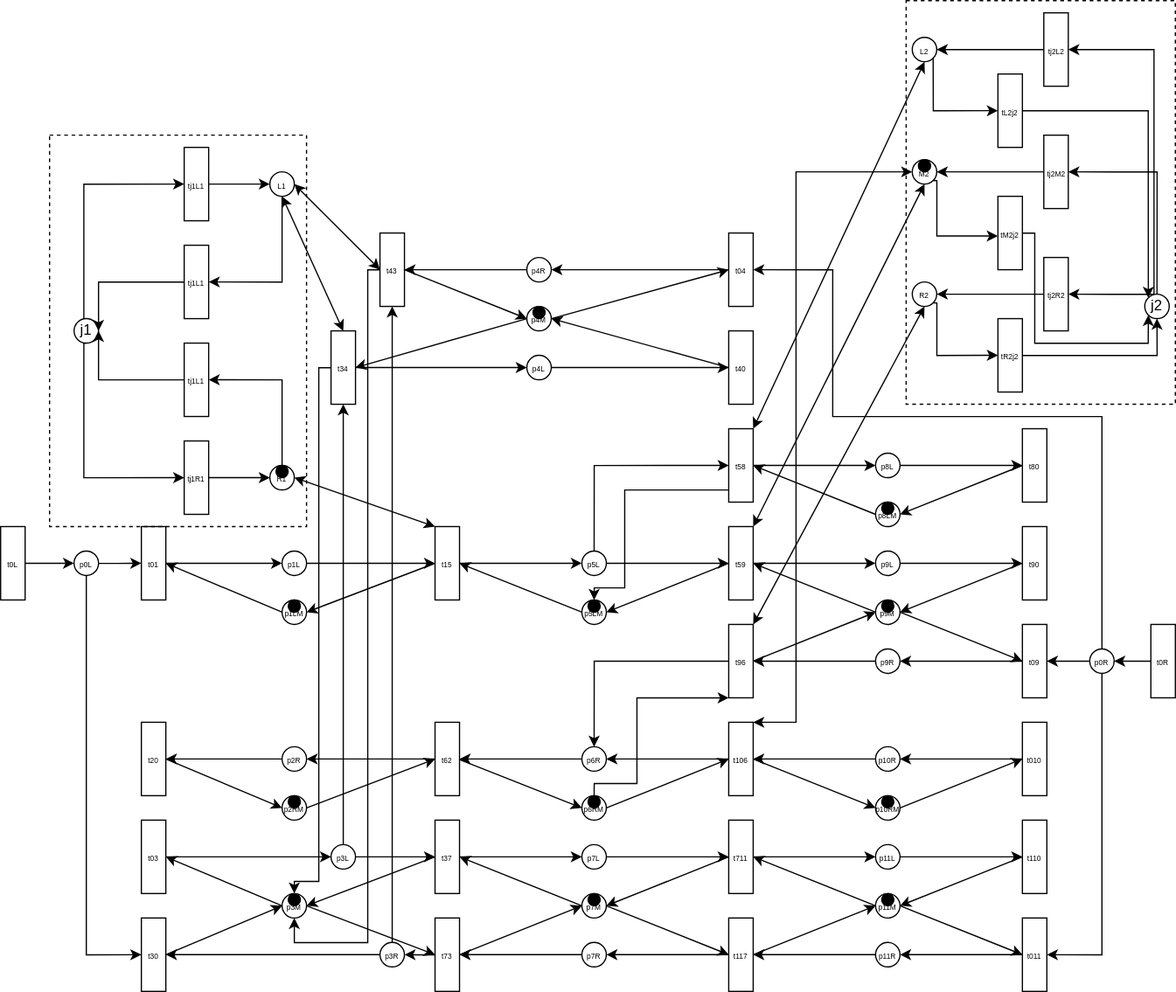
The draw.io diagram PetriDiagram/fullmodel.drawio.svg in HarryLe95/PetriRail, before a commit. Source tidied: cells renumbered, new cells last; positions are measured from the earlier drawing's top-left corner, leaving out a move shared by most shapes.
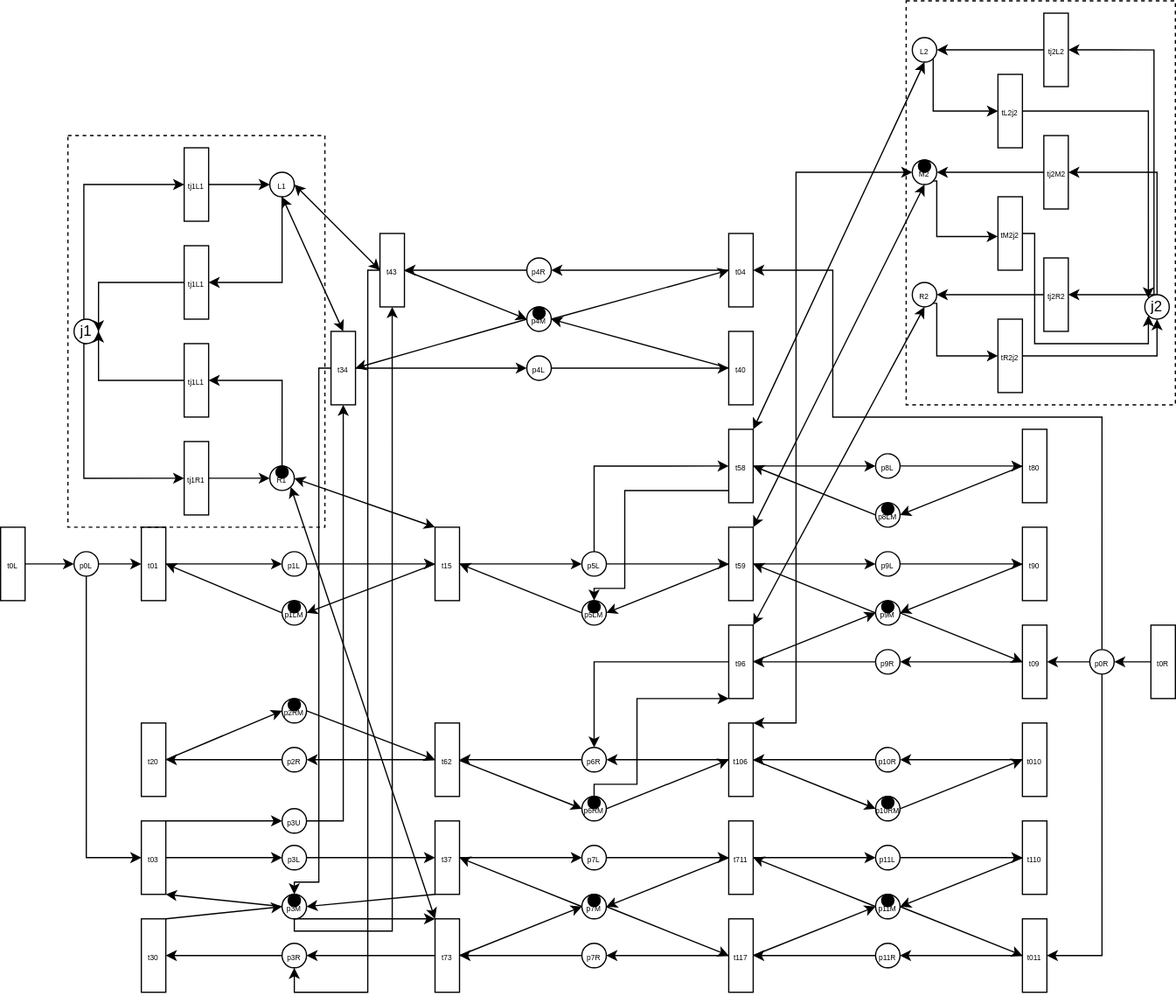
Above is the later version.

Commit message:
Update Diagram, set up Code

The edit, as a diff of the source:
```diff
@@ -72,8 +72,16 @@
     <mxCell id="21" value="&lt;font style=&quot;font-size: 6px;&quot;&gt;t80&lt;/font&gt;" style="rounded=0;whiteSpace=wrap;html=1;" parent="1" vertex="1">
       <mxGeometry x="835" y="350" width="20" height="60" as="geometry" />
     </mxCell>
+    <mxCell id="196" style="edgeStyle=orthogonalEdgeStyle;rounded=0;jettySize=auto;html=1;entryX=0;entryY=0.5;entryDx=0;entryDy=0;" parent="1" edge="1" source="23" target="199">
+      <mxGeometry relative="1" as="geometry" />
+    </mxCell>
     <mxCell id="22" style="edgeStyle=orthogonalEdgeStyle;rounded=0;jettySize=auto;html=1;entryX=0;entryY=0.5;entryDx=0;entryDy=0;" parent="1" edge="1" source="23" target="31">
-      <mxGeometry relative="1" as="geometry" />
+      <mxGeometry relative="1" as="geometry">
+        <Array as="points">
+          <mxPoint x="130" y="670" />
+          <mxPoint x="130" y="670" />
+        </Array>
+      </mxGeometry>
     </mxCell>
     <mxCell id="23" value="&lt;font style=&quot;font-size: 6px;&quot;&gt;t03&lt;/font&gt;" style="rounded=0;whiteSpace=wrap;html=1;" parent="1" vertex="1">
       <mxGeometry x="115" y="670" width="20" height="60" as="geometry" />
@@ -96,11 +104,8 @@
     <mxCell id="29" value="&lt;font style=&quot;font-size: 6px;&quot;&gt;t110&lt;/font&gt;" style="rounded=0;whiteSpace=wrap;html=1;" parent="1" vertex="1">
       <mxGeometry x="835" y="670" width="20" height="60" as="geometry" />
     </mxCell>
-    <mxCell id="30" style="edgeStyle=orthogonalEdgeStyle;rounded=0;jettySize=auto;html=1;entryX=0;entryY=0.5;entryDx=0;entryDy=0;" parent="1" edge="1" source="31" target="26">
-      <mxGeometry relative="1" as="geometry" />
-    </mxCell>
-    <mxCell id="31" value="&lt;font style=&quot;font-size: 6px;&quot;&gt;p3L&lt;/font&gt;" style="ellipse;whiteSpace=wrap;html=1;" parent="1" vertex="1">
-      <mxGeometry x="270" y="690" width="20" height="20" as="geometry" />
+    <mxCell id="31" value="&lt;font style=&quot;font-size: 6px;&quot;&gt;p3U&lt;/font&gt;" style="ellipse;whiteSpace=wrap;html=1;" parent="1" vertex="1">
+      <mxGeometry x="230" y="660" width="20" height="20" as="geometry" />
     </mxCell>
     <mxCell id="32" style="edgeStyle=orthogonalEdgeStyle;rounded=0;jettySize=auto;html=1;entryX=0;entryY=0.5;entryDx=0;entryDy=0;" parent="1" edge="1" source="33" target="28">
       <mxGeometry relative="1" as="geometry" />
@@ -120,11 +125,8 @@
     <mxCell id="37" style="edgeStyle=orthogonalEdgeStyle;rounded=0;jettySize=auto;html=1;entryX=1;entryY=0.5;entryDx=0;entryDy=0;" parent="1" edge="1" source="39" target="36">
       <mxGeometry relative="1" as="geometry" />
     </mxCell>
-    <mxCell id="38" style="edgeStyle=orthogonalEdgeStyle;rounded=0;jettySize=auto;html=1;entryX=0.5;entryY=1;entryDx=0;entryDy=0;" parent="1" edge="1" source="39" target="79">
-      <mxGeometry relative="1" as="geometry" />
-    </mxCell>
     <mxCell id="39" value="&lt;font style=&quot;font-size: 6px;&quot;&gt;p3R&lt;/font&gt;" style="ellipse;whiteSpace=wrap;html=1;" parent="1" vertex="1">
-      <mxGeometry x="310" y="770" width="20" height="20" as="geometry" />
+      <mxGeometry x="230" y="770" width="20" height="20" as="geometry" />
     </mxCell>
     <mxCell id="40" style="edgeStyle=orthogonalEdgeStyle;rounded=0;jettySize=auto;html=1;entryX=1;entryY=0.5;entryDx=0;entryDy=0;" parent="1" edge="1" source="41" target="39">
       <mxGeometry relative="1" as="geometry" />
@@ -246,12 +248,13 @@
     <mxCell id="77" value="&lt;font style=&quot;font-size: 6px;&quot;&gt;p4R&lt;/font&gt;" style="ellipse;whiteSpace=wrap;html=1;" parent="1" vertex="1">
       <mxGeometry x="430" y="210" width="20" height="20" as="geometry" />
     </mxCell>
-    <mxCell id="78" style="edgeStyle=orthogonalEdgeStyle;rounded=0;jettySize=auto;html=1;entryX=0.5;entryY=1;entryDx=0;entryDy=0;" parent="1" edge="1" source="79" target="119">
+    <mxCell id="78" style="edgeStyle=orthogonalEdgeStyle;rounded=0;jettySize=auto;html=1;" parent="1" edge="1" source="79">
       <mxGeometry relative="1" as="geometry">
+        <mxPoint x="240" y="790" as="targetPoint" />
         <Array as="points">
           <mxPoint x="300" y="220" />
-          <mxPoint x="300" y="770" />
-          <mxPoint x="240" y="770" />
+          <mxPoint x="300" y="810" />
+          <mxPoint x="240" y="810" />
         </Array>
       </mxGeometry>
     </mxCell>
@@ -320,7 +323,11 @@
       <mxGeometry x="60" y="260" width="20" height="20" as="geometry" />
     </mxCell>
     <mxCell id="95" style="endArrow=classic;html=1;rounded=0;entryX=0.5;entryY=1;entryDx=0;entryDy=0;" parent="1" edge="1" source="31" target="70">
-      <mxGeometry relative="1" as="geometry" />
+      <mxGeometry relative="1" as="geometry">
+        <Array as="points">
+          <mxPoint x="280" y="670" />
+        </Array>
+      </mxGeometry>
     </mxCell>
     <mxCell id="96" style="edgeStyle=orthogonalEdgeStyle;rounded=0;jettySize=auto;html=1;entryX=1;entryY=0.5;entryDx=0;entryDy=0;fontSize=6;" parent="1" edge="1" source="97" target="107">
       <mxGeometry relative="1" as="geometry" />
@@ -416,8 +423,16 @@
       <mxGeometry relative="1" as="geometry" />
     </mxCell>
     <mxCell id="118" value="&lt;font style=&quot;font-size: 6px;&quot;&gt;p2RM&lt;/font&gt;" style="ellipse;whiteSpace=wrap;html=1;" parent="1" vertex="1">
-      <mxGeometry x="230" y="650" width="20" height="20" as="geometry" />
+      <mxGeometry x="230" y="570" width="20" height="20" as="geometry" />
     </mxCell>
+    <mxCell id="197" style="edgeStyle=orthogonalEdgeStyle;rounded=0;jettySize=auto;html=1;entryX=0.5;entryY=1;entryDx=0;entryDy=0;" parent="1" edge="1" source="119" target="79">
+      <mxGeometry relative="1" as="geometry">
+        <Array as="points">
+          <mxPoint x="240" y="760" />
+          <mxPoint x="320" y="760" />
+        </Array>
+      </mxGeometry>
+    </mxCell>
     <mxCell id="119" value="&lt;font style=&quot;font-size: 6px;&quot;&gt;p3M&lt;/font&gt;" style="ellipse;whiteSpace=wrap;html=1;" parent="1" vertex="1">
       <mxGeometry x="230" y="730" width="20" height="20" as="geometry" />
     </mxCell>
@@ -427,18 +442,18 @@
     <mxCell id="121" style="endArrow=classic;html=1;rounded=0;exitX=1;exitY=0.5;exitDx=0;exitDy=0;entryX=0;entryY=0.5;entryDx=0;entryDy=0;" parent="1" edge="1" source="24" target="118">
       <mxGeometry relative="1" as="geometry" />
     </mxCell>
-    <mxCell id="122" style="endArrow=classic;html=1;rounded=0;exitX=0;exitY=0.5;exitDx=0;exitDy=0;entryX=1;entryY=0.5;entryDx=0;entryDy=0;" parent="1" edge="1" source="26" target="119">
+    <mxCell id="122" style="endArrow=classic;html=1;rounded=0;exitX=0;exitY=1;exitDx=0;exitDy=0;entryX=1;entryY=0.5;entryDx=0;entryDy=0;" parent="1" edge="1" source="26" target="119">
       <mxGeometry relative="1" as="geometry" />
     </mxCell>
-    <mxCell id="123" style="endArrow=classic;html=1;rounded=0;exitX=0;exitY=0.5;exitDx=0;exitDy=0;entryX=1;entryY=0.5;entryDx=0;entryDy=0;" parent="1" edge="1" source="119" target="23">
+    <mxCell id="123" style="endArrow=classic;html=1;rounded=0;exitX=0;exitY=0.5;exitDx=0;exitDy=0;entryX=1;entryY=1;entryDx=0;entryDy=0;" parent="1" edge="1" source="119" target="23">
       <mxGeometry relative="1" as="geometry" />
     </mxCell>
-    <mxCell id="124" style="endArrow=classic;html=1;rounded=0;exitX=1;exitY=0.5;exitDx=0;exitDy=0;entryX=0;entryY=0.5;entryDx=0;entryDy=0;" parent="1" edge="1" source="36" target="119">
+    <mxCell id="124" style="endArrow=classic;html=1;rounded=0;exitX=1;exitY=0;exitDx=0;exitDy=0;entryX=0;entryY=0.5;entryDx=0;entryDy=0;" parent="1" edge="1" source="36" target="119">
       <mxGeometry relative="1" as="geometry" />
     </mxCell>
-    <mxCell id="125" style="endArrow=classic;html=1;rounded=0;entryX=0;entryY=0.5;entryDx=0;entryDy=0;" parent="1" edge="1" target="41">
+    <mxCell id="125" style="endArrow=classic;html=1;rounded=0;entryX=0;entryY=0;entryDx=0;entryDy=0;" parent="1" edge="1" target="41">
       <mxGeometry relative="1" as="geometry">
-        <mxPoint x="250" y="740" as="sourcePoint" />
+        <mxPoint x="240" y="750" as="sourcePoint" />
       </mxGeometry>
     </mxCell>
     <mxCell id="126" value="&lt;font style=&quot;font-size: 6px;&quot;&gt;p5LM&lt;/font&gt;" style="ellipse;whiteSpace=wrap;html=1;" parent="1" vertex="1">
@@ -567,7 +582,7 @@
       <mxGeometry x="150" y="280" width="20" height="60" as="geometry" />
     </mxCell>
     <mxCell id="163" style="rounded=0;whiteSpace=wrap;html=1;dashed=1;fillStyle=zigzag-line;fillOpacity=0;arcSize=12;strokeOpacity=100;imageHeight=24;" parent="1" vertex="1">
-      <mxGeometry x="40" y="110" width="210" height="320" as="geometry" />
+      <mxGeometry x="55" y="110" width="210" height="320" as="geometry" />
     </mxCell>
     <mxCell id="164" style="edgeStyle=orthogonalEdgeStyle;rounded=0;jettySize=auto;html=1;entryX=0;entryY=0;entryDx=0;entryDy=0;" parent="1" edge="1" source="165" target="103">
       <mxGeometry relative="1" as="geometry" />
@@ -605,10 +620,10 @@
     <mxCell id="173" style="edgeStyle=orthogonalEdgeStyle;rounded=0;jettySize=auto;html=1;entryX=0;entryY=0.5;entryDx=0;entryDy=0;" parent="1" edge="1" source="175" target="3">
       <mxGeometry relative="1" as="geometry" />
     </mxCell>
-    <mxCell id="174" style="edgeStyle=orthogonalEdgeStyle;rounded=0;jettySize=auto;html=1;entryX=0;entryY=0.5;entryDx=0;entryDy=0;" parent="1" edge="1" source="175" target="36">
+    <mxCell id="174" style="edgeStyle=orthogonalEdgeStyle;rounded=0;jettySize=auto;html=1;entryX=0;entryY=0.5;entryDx=0;entryDy=0;" parent="1" edge="1" source="175" target="23">
       <mxGeometry relative="1" as="geometry">
         <Array as="points">
-          <mxPoint x="70" y="780" />
+          <mxPoint x="70" y="700" />
         </Array>
       </mxGeometry>
     </mxCell>
@@ -645,7 +660,7 @@
       <mxGeometry x="235" y="490" width="10" height="10" as="geometry" />
     </mxCell>
     <mxCell id="183" style="ellipse;whiteSpace=wrap;html=1;fillColor=#000000;" parent="1" vertex="1">
-      <mxGeometry x="235" y="650" width="10" height="10" as="geometry" />
+      <mxGeometry x="235" y="570" width="10" height="10" as="geometry" />
     </mxCell>
     <mxCell id="184" style="ellipse;whiteSpace=wrap;html=1;fillColor=#000000;" parent="1" vertex="1">
       <mxGeometry x="235" y="730" width="10" height="10" as="geometry" />
@@ -688,5 +703,14 @@
         </Array>
       </mxGeometry>
     </mxCell>
+    <mxCell id="198" style="edgeStyle=orthogonalEdgeStyle;rounded=0;jettySize=auto;html=1;entryX=0;entryY=0.5;entryDx=0;entryDy=0;" parent="1" edge="1" source="199" target="26">
+      <mxGeometry relative="1" as="geometry" />
+    </mxCell>
+    <mxCell id="199" value="&lt;font style=&quot;font-size: 6px;&quot;&gt;p3L&lt;/font&gt;" style="ellipse;whiteSpace=wrap;html=1;" parent="1" vertex="1">
+      <mxGeometry x="230" y="690" width="20" height="20" as="geometry" />
+    </mxCell>
+    <mxCell id="200" style="endArrow=classic;startArrow=classic;html=1;rounded=0;exitX=1;exitY=1;exitDx=0;exitDy=0;entryX=0;entryY=0;entryDx=0;entryDy=0;" parent="1" edge="1" source="81" target="41">
+      <mxGeometry relative="1" as="geometry" />
+    </mxCell>
   </root>
 </mxGraphModel>
```
